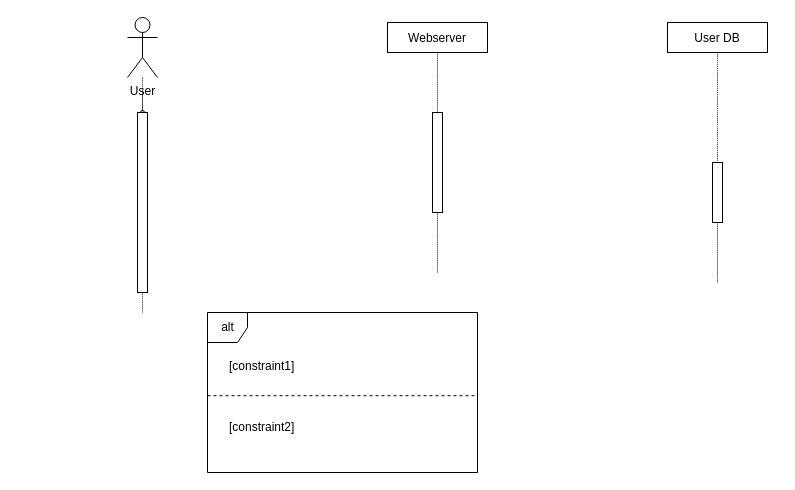
The draw.io diagram page "registration" (4 of 4) of Diagrams/sequence/search.drawio in rittakos/CreaTeam-ComputerSecurity, before the edit. Source tidied: cells renumbered, new cells numbered last; positions are measured from the earlier drawing's top-left corner, leaving out a move shared by most shapes. Both pictures are drawn from the tidied source at 100%, with x=0, y=0 at pixel (127, 17).
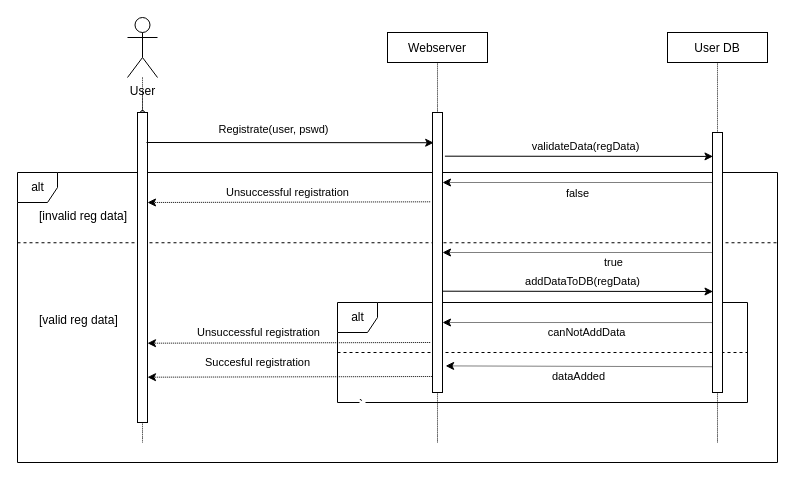
After the change.

Commit message (it also covers changes not shown here):
registration sequence

What changed in the source:
```diff
@@
+    <mxCell id="15" value="alt" style="shape=umlFrame;tabWidth=110;tabHeight=30;tabPosition=left;html=1;boundedLbl=1;labelInHeader=1;width=40;height=30;" parent="1" vertex="1">
+      <mxGeometry x="-110" y="155" width="760" height="290" as="geometry" />
+    </mxCell>
+    <mxCell id="18" value="alt" style="shape=umlFrame;tabWidth=110;tabHeight=30;tabPosition=left;html=1;boundedLbl=1;labelInHeader=1;width=40;height=30;" parent="15" vertex="1">
+      <mxGeometry x="320" y="130" width="410" height="100" as="geometry" />
+    </mxCell>
+    <mxCell id="19" value="`" style="line;strokeWidth=1;dashed=1;labelPosition=center;verticalLabelPosition=bottom;align=left;verticalAlign=top;spacingLeft=20;spacingTop=15;" parent="18" vertex="1">
+      <mxGeometry y="25.6" width="410" height="48.8" as="geometry" />
+    </mxCell>
+    <mxCell id="20" style="edgeStyle=orthogonalEdgeStyle;rounded=0;orthogonalLoop=1;jettySize=auto;html=1;exitX=0.5;exitY=1;exitDx=0;exitDy=0;dashed=1;dashPattern=1 1;" parent="18" edge="1">
+      <mxGeometry relative="1" as="geometry">
+        <mxPoint x="61.5" y="40" as="sourcePoint" />
+        <mxPoint x="61.5" y="40" as="targetPoint" />
+      </mxGeometry>
+    </mxCell>
+    <mxCell id="16" value="[invalid reg data]" style="text;" parent="15" vertex="1">
+      <mxGeometry width="100" height="20" relative="1" as="geometry">
+        <mxPoint x="20" y="30" as="offset" />
+      </mxGeometry>
+    </mxCell>
+    <mxCell id="17" value="[valid reg data]" style="line;strokeWidth=1;dashed=1;labelPosition=center;verticalLabelPosition=bottom;align=left;verticalAlign=top;spacingLeft=20;spacingTop=15;" parent="15" vertex="1">
+      <mxGeometry y="21.8" width="760" height="96.9" as="geometry" />
+    </mxCell>
+    <mxCell id="21" value="Succesful registration" style="endArrow=classic;html=1;rounded=0;exitX=-0.232;exitY=0.319;exitDx=0;exitDy=0;exitPerimeter=0;dashed=1;dashPattern=1 1;" parent="15" edge="1">
+      <mxGeometry x="0.24" y="-14" relative="1" as="geometry">
+        <mxPoint x="420.3" y="204" as="sourcePoint" />
+        <mxPoint x="130" y="204.7" as="targetPoint" />
+      </mxGeometry>
+    </mxCell>
+    <mxCell id="22" value="addDataToDB(regData)" style="endArrow=classic;html=1;rounded=0;entryX=0.048;entryY=0.092;entryDx=0;entryDy=0;entryPerimeter=0;" parent="15" edge="1">
+      <mxGeometry x="0.05" y="10" relative="1" as="geometry">
+        <mxPoint x="420" y="118.7" as="sourcePoint" />
+        <mxPoint x="695.5" y="119" as="targetPoint" />
+      </mxGeometry>
+    </mxCell>
+    <mxCell id="23" value="Unsuccessful registration" style="endArrow=classic;html=1;rounded=0;exitX=-0.232;exitY=0.319;exitDx=0;exitDy=0;exitPerimeter=0;dashed=1;dashPattern=1 1;" parent="15" edge="1">
+      <mxGeometry x="0.22" y="-10" relative="1" as="geometry">
+        <mxPoint x="412.7" y="170" as="sourcePoint" />
+        <mxPoint x="130" y="170.7" as="targetPoint" />
+      </mxGeometry>
+    </mxCell>
+    <mxCell id="24" style="endArrow=classic;html=1;rounded=0;dashed=1;dashPattern=1 1;exitX=0.5;exitY=0.901;exitDx=0;exitDy=0;exitPerimeter=0;entryX=1.311;entryY=0.905;entryDx=0;entryDy=0;entryPerimeter=0;" parent="1" edge="1" source="7" target="11">
+      <mxGeometry relative="1" as="geometry" />
+    </mxCell>
+    <mxCell id="25" value="dataAdded" style="edgeLabel;html=1;align=center;verticalAlign=middle;" parent="24" vertex="1">
+      <mxGeometry x="0.3" y="2" relative="1" as="geometry">
+        <mxPoint x="38" y="8" as="offset" />
+      </mxGeometry>
+    </mxCell>
+    <mxCell id="26" value="canNotAddData" style="endArrow=classic;html=1;rounded=0;entryX=1;entryY=0.75;entryDx=0;entryDy=0;dashed=1;dashPattern=1 1;exitX=0.5;exitY=0.731;exitDx=0;exitDy=0;exitPerimeter=0;" parent="1" edge="1" source="7" target="11">
+      <mxGeometry x="-0.05" y="10" relative="1" as="geometry" />
+    </mxCell>
+    <mxCell id="27" value="true" style="endArrow=classic;html=1;rounded=0;entryX=1;entryY=0.5;entryDx=0;entryDy=0;dashed=1;dashPattern=1 1;" parent="1" edge="1" target="11">
+      <mxGeometry x="-0.27" y="10" relative="1" as="geometry">
+        <mxPoint x="585" y="235" as="sourcePoint" />
+      </mxGeometry>
+    </mxCell>
+    <mxCell id="28" value="validateData(regData)" style="endArrow=classic;html=1;rounded=0;entryX=0.048;entryY=0.092;entryDx=0;entryDy=0;entryPerimeter=0;exitX=1.241;exitY=0.156;exitDx=0;exitDy=0;exitPerimeter=0;" parent="1" edge="1" source="11" target="7">
+      <mxGeometry x="0.05" y="10" relative="1" as="geometry" />
+    </mxCell>
+    <mxCell id="29" style="endArrow=classic;html=1;rounded=0;entryX=1;entryY=0.25;entryDx=0;entryDy=0;dashed=1;dashPattern=1 1;" parent="1" edge="1" target="11">
+      <mxGeometry relative="1" as="geometry">
+        <mxPoint x="590" y="165" as="sourcePoint" />
+      </mxGeometry>
+    </mxCell>
+    <mxCell id="30" value="false" style="edgeLabel;html=1;align=center;verticalAlign=middle;" parent="29" vertex="1">
+      <mxGeometry x="0.3" y="2" relative="1" as="geometry">
+        <mxPoint x="38" y="8" as="offset" />
+      </mxGeometry>
+    </mxCell>
@@
     <mxCell id="4" style="html=1;verticalAlign=bottom;startArrow=none;endArrow=none;dashed=1;rounded=0;dashPattern=1 1;endSize=4;curved=1;" parent="1" edge="1" target="7">
       <mxGeometry relative="1" as="geometry">
-        <mxPoint x="590" y="265" as="sourcePoint" />
+        <mxPoint x="590" y="425" as="sourcePoint" />
       </mxGeometry>
     </mxCell>
     <mxCell id="5" value="User DB" style="rounded=0;dashed=0;" parent="1" vertex="1">
-      <mxGeometry x="540" y="5" width="100" height="30" as="geometry" />
+      <mxGeometry x="540" y="15" width="100" height="30" as="geometry" />
     </mxCell>
@@
-    <mxCell id="7" style="rounded=0;dashed=0;" parent="1" vertex="1">
-      <mxGeometry x="585" y="145" width="10" height="60" as="geometry" />
-    </mxCell>
     <mxCell id="8" style="html=1;verticalAlign=bottom;startArrow=none;endArrow=none;dashed=1;rounded=0;dashPattern=1 1;endSize=4;curved=1;" parent="1" edge="1" target="11">
       <mxGeometry relative="1" as="geometry">
-        <mxPoint x="310" y="255" as="sourcePoint" />
+        <mxPoint x="310" y="425" as="sourcePoint" />
       </mxGeometry>
     </mxCell>
     <mxCell id="9" value="Webserver" style="rounded=0;dashed=0;" parent="1" vertex="1">
-      <mxGeometry x="260" y="5" width="100" height="30" as="geometry" />
+      <mxGeometry x="260" y="15" width="100" height="30" as="geometry" />
     </mxCell>
@@
     <mxCell id="11" style="rounded=0;dashed=0;" parent="1" vertex="1">
-      <mxGeometry x="305" y="95" width="10" height="100" as="geometry" />
+      <mxGeometry x="305" y="95" width="10" height="280" as="geometry" />
     </mxCell>
     <mxCell id="12" style="html=1;verticalAlign=bottom;startArrow=none;endArrow=none;dashed=1;rounded=0;dashPattern=1 1;endSize=4;curved=1;" parent="1" edge="1" target="14">
       <mxGeometry relative="1" as="geometry">
-        <mxPoint x="15" y="295" as="sourcePoint" />
+        <mxPoint x="15" y="425" as="sourcePoint" />
       </mxGeometry>
     </mxCell>
@@
     <mxCell id="14" style="rounded=0;dashed=0;" parent="1" vertex="1">
-      <mxGeometry x="10" y="95" width="10" height="180" as="geometry" />
+      <mxGeometry x="10" y="95" width="10" height="310" as="geometry" />
     </mxCell>
-    <mxCell id="15" value="alt" style="shape=umlFrame;tabWidth=110;tabHeight=30;tabPosition=left;html=1;boundedLbl=1;labelInHeader=1;width=40;height=30;" parent="1" vertex="1">
-      <mxGeometry x="80" y="295" width="270" height="160" as="geometry" />
-    </mxCell>
-    <mxCell id="16" value="[constraint1]" style="text;" parent="15" vertex="1">
-      <mxGeometry width="100" height="20" relative="1" as="geometry">
-        <mxPoint x="20" y="40" as="offset" />
-      </mxGeometry>
-    </mxCell>
-    <mxCell id="17" value="[constraint2]" style="line;strokeWidth=1;dashed=1;labelPosition=center;verticalLabelPosition=bottom;align=left;verticalAlign=top;spacingLeft=20;spacingTop=15;" parent="15" vertex="1">
-      <mxGeometry y="80" width="270" height="6.4" as="geometry" />
-    </mxCell>
+    <mxCell id="31" style="endArrow=classic;html=1;rounded=0;entryX=0.118;entryY=0.108;entryDx=0;entryDy=0;entryPerimeter=0;" parent="1" edge="1" target="11">
+      <mxGeometry relative="1" as="geometry">
+        <mxPoint x="19" y="125" as="sourcePoint" />
+      </mxGeometry>
+    </mxCell>
+    <mxCell id="32" value="Registrate(user, pswd)" style="edgeLabel;html=1;align=center;verticalAlign=middle;" parent="31" vertex="1">
+      <mxGeometry x="-0.12" y="1" relative="1" as="geometry">
+        <mxPoint y="-13" as="offset" />
+      </mxGeometry>
+    </mxCell>
+    <mxCell id="33" value="Unsuccessful registration" style="endArrow=classic;html=1;rounded=0;exitX=-0.232;exitY=0.319;exitDx=0;exitDy=0;exitPerimeter=0;dashed=1;dashPattern=1 1;" parent="1" edge="1" source="11">
+      <mxGeometry x="0.01" y="-10" relative="1" as="geometry">
+        <mxPoint x="20" y="185" as="targetPoint" />
+      </mxGeometry>
+    </mxCell>
+    <mxCell id="7" style="rounded=0;dashed=0;" parent="1" vertex="1">
+      <mxGeometry x="585" y="115" width="10" height="260" as="geometry" />
+    </mxCell>
```
